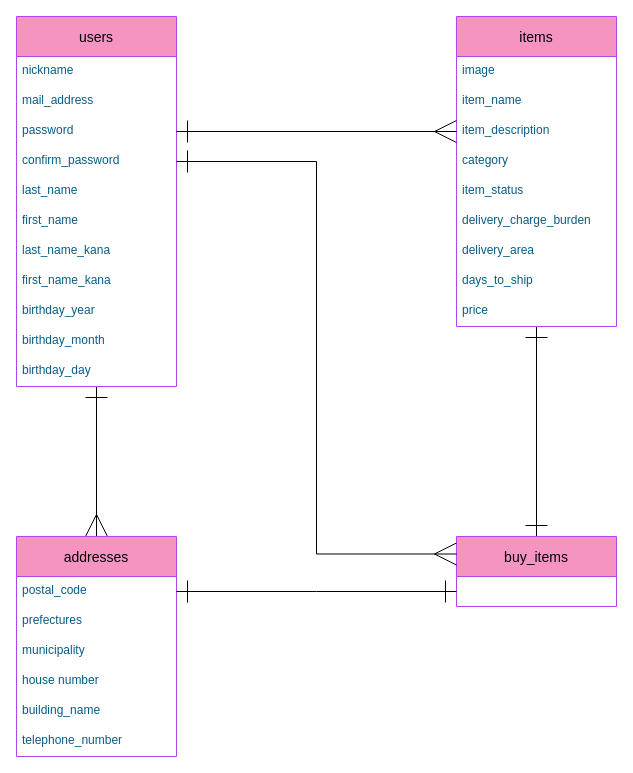
moto-smas-mlt/furima-35070 keeps this draw.io diagram as ER.dio. Above is the earlier version. Source tidied: cells renumbered, new cells numbered last; positions are measured from the earlier drawing's top-left corner, leaving out a move shared by most shapes. Both pictures are drawn from the tidied source at 100%, with x=0, y=0 at pixel (16, 16).
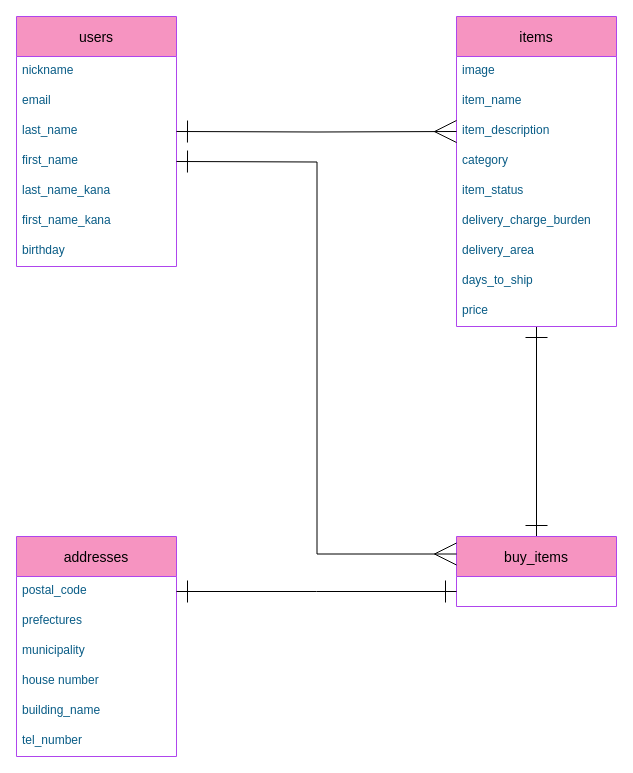
The same page after the edit.

Commit message (it also covers changes not shown here):
2nd_ ER図＆README作成

Unchanged cells that the change refers to:
```xml
<mxCell id="19" value="item_description" style="text;strokeColor=none;fillColor=none;spacingLeft=4;spacingRight=4;overflow=hidden;points=[[0,0.5],[1,0.5]];portConstraint=eastwest;fontSize=12;fontColor=#095C86;" parent="16" vertex="1">
  <mxGeometry y="100" width="160" height="30" as="geometry" />
</mxCell>
<mxCell id="26" value="buy_items" style="swimlane;fontStyle=0;horizontal=1;startSize=40;align=center;fontSize=14;rounded=0;sketch=0;strokeColor=#AF45ED;fillColor=#F694C1;" parent="1" vertex="1">
  <mxGeometry x="440" y="520" width="160" height="70" as="geometry" />
</mxCell>
<mxCell id="28" value="addresses" style="swimlane;fontStyle=0;horizontal=1;startSize=40;align=center;fontSize=14;rounded=0;sketch=0;strokeColor=#AF45ED;fillColor=#F694C1;" parent="1" vertex="1">
  <mxGeometry y="520" width="160" height="220" as="geometry" />
</mxCell>
```

Change to the diagram source:
```diff
@@
-    <mxCell id="2" style="edgeStyle=orthogonalEdgeStyle;rounded=0;jettySize=auto;html=1;entryX=0.5;entryY=0;entryDx=0;entryDy=0;startArrow=ERone;startFill=0;startSize=20;sourcePerimeterSpacing=0;endArrow=ERmany;endFill=0;endSize=20;" parent="1" edge="1" source="3" target="28">
-      <mxGeometry relative="1" as="geometry" />
-    </mxCell>
     <mxCell id="3" value="users" style="swimlane;fontStyle=0;horizontal=1;startSize=40;align=center;fontSize=14;rounded=0;sketch=0;strokeColor=#AF45ED;fillColor=#F694C1;" parent="1" vertex="1">
-      <mxGeometry width="160" height="370" as="geometry" />
+      <mxGeometry width="160" height="250" as="geometry" />
     </mxCell>
@@
-    <mxCell id="5" value="mail_address" style="text;strokeColor=none;fillColor=none;spacingLeft=4;spacingRight=4;overflow=hidden;fontSize=12;fontColor=#095C86;" parent="3" vertex="1">
+    <mxCell id="5" value="email" style="text;strokeColor=none;fillColor=none;spacingLeft=4;spacingRight=4;overflow=hidden;fontSize=12;fontColor=#095C86;" parent="3" vertex="1">
       <mxGeometry y="70" width="160" height="30" as="geometry" />
     </mxCell>
-    <mxCell id="6" value="password" style="text;strokeColor=none;fillColor=none;spacingLeft=4;spacingRight=4;overflow=hidden;points=[[0,0.5],[1,0.5]];portConstraint=eastwest;fontSize=12;fontColor=#095C86;" parent="3" vertex="1">
-      <mxGeometry y="100" width="160" height="30" as="geometry" />
-    </mxCell>
-    <mxCell id="7" value="confirm_password" style="text;strokeColor=none;fillColor=none;spacingLeft=4;spacingRight=4;overflow=hidden;points=[[0,0.5],[1,0.5]];portConstraint=eastwest;fontSize=12;fontColor=#095C86;" parent="3" vertex="1">
-      <mxGeometry y="130" width="160" height="30" as="geometry" />
-    </mxCell>
     <mxCell id="8" value="last_name" style="text;strokeColor=none;fillColor=none;spacingLeft=4;spacingRight=4;overflow=hidden;fontSize=12;fontColor=#095C86;" parent="3" vertex="1">
-      <mxGeometry y="160" width="160" height="30" as="geometry" />
+      <mxGeometry y="100" width="160" height="30" as="geometry" />
     </mxCell>
     <mxCell id="9" value="first_name" style="text;strokeColor=none;fillColor=none;spacingLeft=4;spacingRight=4;overflow=hidden;fontSize=12;fontColor=#095C86;" parent="3" vertex="1">
-      <mxGeometry y="190" width="160" height="30" as="geometry" />
+      <mxGeometry y="130" width="160" height="30" as="geometry" />
     </mxCell>
     <mxCell id="10" value="last_name_kana" style="text;strokeColor=none;fillColor=none;spacingLeft=4;spacingRight=4;overflow=hidden;fontSize=12;fontColor=#095C86;" parent="3" vertex="1">
-      <mxGeometry y="220" width="160" height="30" as="geometry" />
+      <mxGeometry y="160" width="160" height="30" as="geometry" />
     </mxCell>
     <mxCell id="11" value="first_name_kana" style="text;strokeColor=none;fillColor=none;spacingLeft=4;spacingRight=4;overflow=hidden;fontSize=12;fontColor=#095C86;" parent="3" vertex="1">
-      <mxGeometry y="250" width="160" height="30" as="geometry" />
+      <mxGeometry y="190" width="160" height="30" as="geometry" />
     </mxCell>
-    <mxCell id="12" value="birthday_year" style="text;strokeColor=none;fillColor=none;spacingLeft=4;spacingRight=4;overflow=hidden;fontSize=12;fontColor=#095C86;" parent="3" vertex="1">
-      <mxGeometry y="280" width="160" height="30" as="geometry" />
+    <mxCell id="12" value="birthday" style="text;strokeColor=none;fillColor=none;spacingLeft=4;spacingRight=4;overflow=hidden;fontSize=12;fontColor=#095C86;" parent="3" vertex="1">
+      <mxGeometry y="220" width="160" height="30" as="geometry" />
     </mxCell>
-    <mxCell id="13" value="birthday_month" style="text;strokeColor=none;fillColor=none;spacingLeft=4;spacingRight=4;overflow=hidden;fontSize=12;fontColor=#095C86;" parent="3" vertex="1">
-      <mxGeometry y="310" width="160" height="30" as="geometry" />
-    </mxCell>
-    <mxCell id="14" value="birthday_day" style="text;strokeColor=none;fillColor=none;spacingLeft=4;spacingRight=4;overflow=hidden;fontSize=12;fontColor=#095C86;" parent="3" vertex="1">
-      <mxGeometry y="340" width="160" height="30" as="geometry" />
-    </mxCell>
@@
-    <mxCell id="27" style="edgeStyle=orthogonalEdgeStyle;rounded=0;jettySize=auto;html=1;exitX=1;exitY=0.5;exitDx=0;exitDy=0;entryX=0;entryY=0.5;entryDx=0;entryDy=0;startArrow=ERone;startFill=0;endArrow=ERmany;endFill=0;sourcePerimeterSpacing=0;endSize=20;startSize=20;" parent="1" edge="1" source="6" target="19">
-      <mxGeometry relative="1" as="geometry" />
+    <mxCell id="27" style="edgeStyle=orthogonalEdgeStyle;rounded=0;jettySize=auto;html=1;exitX=1;exitY=0.5;exitDx=0;exitDy=0;entryX=0;entryY=0.5;entryDx=0;entryDy=0;startArrow=ERone;startFill=0;endArrow=ERmany;endFill=0;sourcePerimeterSpacing=0;endSize=20;startSize=20;" parent="1" edge="1" target="19">
+      <mxGeometry relative="1" as="geometry">
+        <mxPoint x="160" y="115" as="sourcePoint" />
+      </mxGeometry>
     </mxCell>
@@
-    <mxCell id="34" value="telephone_number" style="text;strokeColor=none;fillColor=none;spacingLeft=4;spacingRight=4;overflow=hidden;fontSize=12;fontColor=#095C86;" parent="28" vertex="1">
+    <mxCell id="34" value="tel_number" style="text;strokeColor=none;fillColor=none;spacingLeft=4;spacingRight=4;overflow=hidden;fontSize=12;fontColor=#095C86;" parent="28" vertex="1">
       <mxGeometry y="190" width="160" height="30" as="geometry" />
     </mxCell>
-    <mxCell id="35" style="edgeStyle=orthogonalEdgeStyle;rounded=0;jettySize=auto;html=1;exitX=1;exitY=0.5;exitDx=0;exitDy=0;entryX=0;entryY=0.25;entryDx=0;entryDy=0;startArrow=ERone;startFill=0;startSize=20;sourcePerimeterSpacing=0;endArrow=ERmany;endFill=0;endSize=20;" parent="1" edge="1" source="7" target="26">
-      <mxGeometry relative="1" as="geometry" />
+    <mxCell id="35" style="edgeStyle=orthogonalEdgeStyle;rounded=0;jettySize=auto;html=1;exitX=1;exitY=0.5;exitDx=0;exitDy=0;entryX=0;entryY=0.25;entryDx=0;entryDy=0;startArrow=ERone;startFill=0;startSize=20;sourcePerimeterSpacing=0;endArrow=ERmany;endFill=0;endSize=20;" parent="1" edge="1" target="26">
+      <mxGeometry relative="1" as="geometry">
+        <mxPoint x="160" y="145" as="sourcePoint" />
+      </mxGeometry>
     </mxCell>
```
